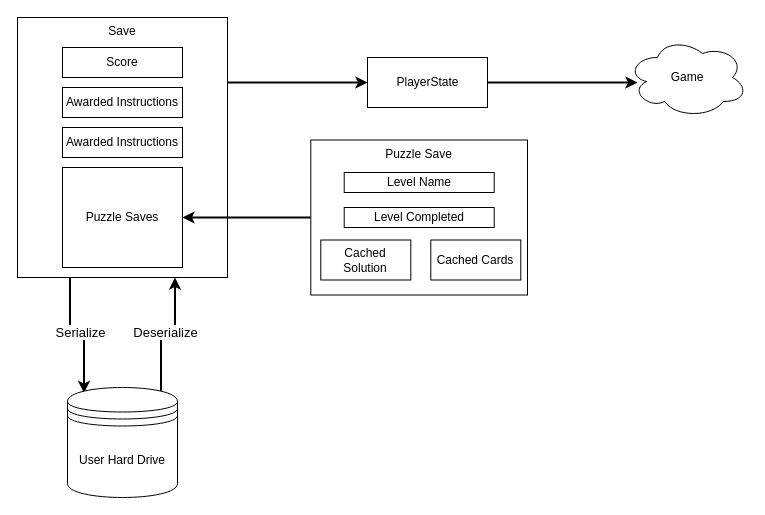
This is figures/Diagrams/SaveLoad.drawio from cop4934-fall19-group32/ComputronDocs, a draw.io file, before an edit. Source tidied: cells renumbered, new cells numbered last; positions are measured from the earlier drawing's top-left corner, leaving out a move shared by most shapes. Both pictures are drawn from the tidied source at 100%, with x=0, y=0 at pixel (17, 17).
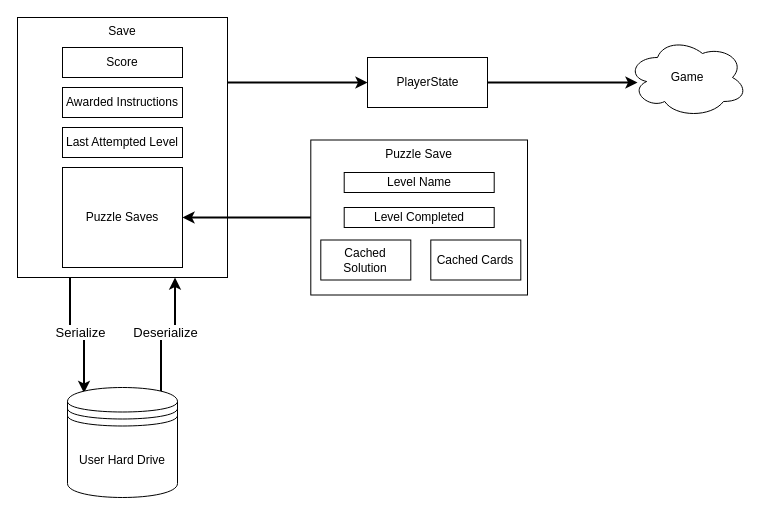
The same page after the edit.

Commit message (it also covers changes not shown here):
Add level generation section

What changed in the source:
```diff
@@
-    <mxCell id="7" value="Awarded Instructions" style="rounded=0;whiteSpace=wrap;html=1;" parent="1" vertex="1">
+    <mxCell id="7" value="Last Attempted Level" style="rounded=0;whiteSpace=wrap;html=1;" parent="1" vertex="1">
       <mxGeometry x="45" y="110" width="120" height="30" as="geometry" />
     </mxCell>
```
